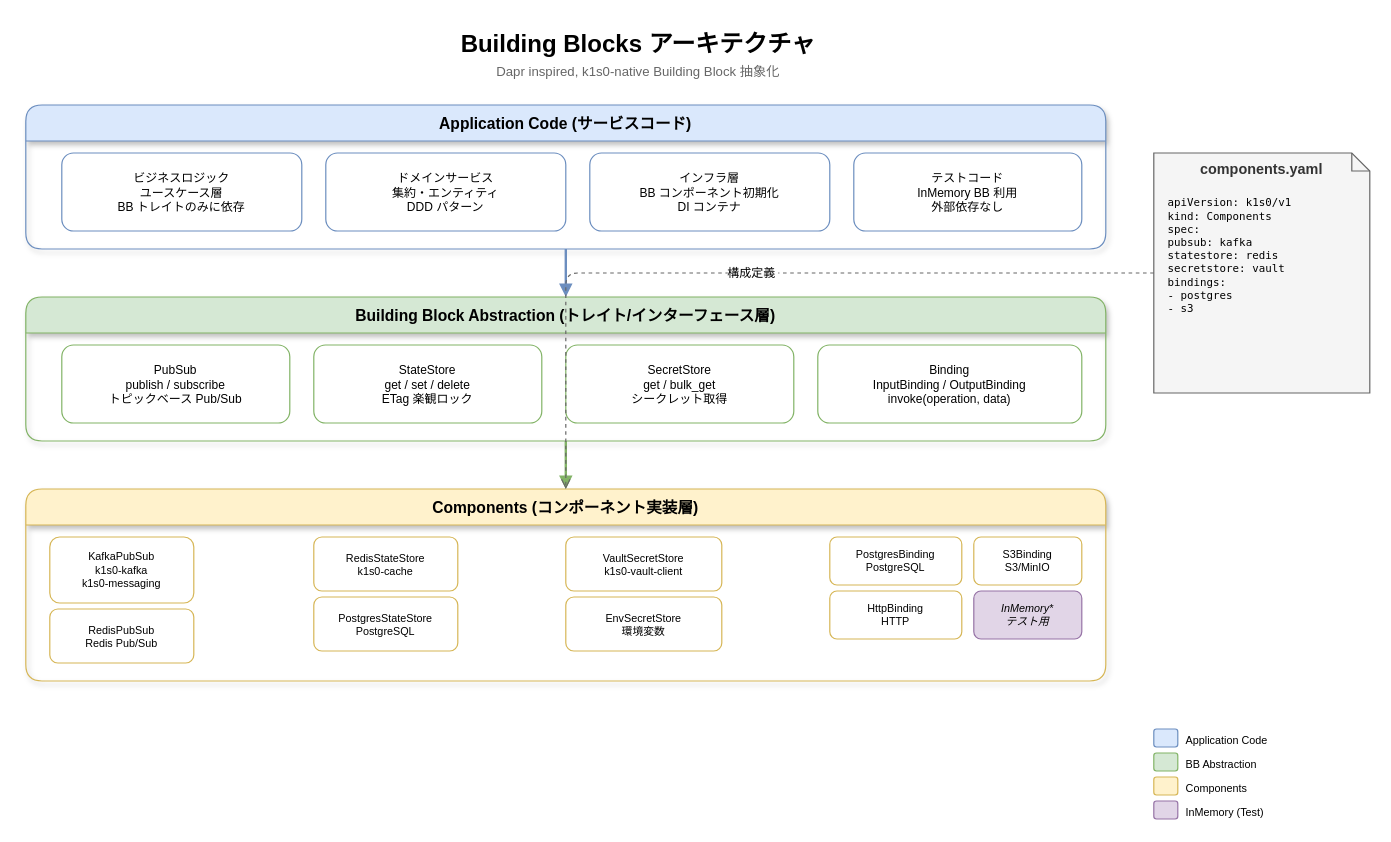
RyuheiKiso/k1s0 keeps this draw.io diagram as docs/diagrams/building-blocks-architecture.drawio. Above is the earlier version. Source tidied: cells renumbered, new cells numbered last; positions are measured from the earlier drawing's top-left corner, leaving out a move shared by most shapes. Both pictures are drawn from the tidied source at 120%, with x=0, y=0 at pixel (25, 20).
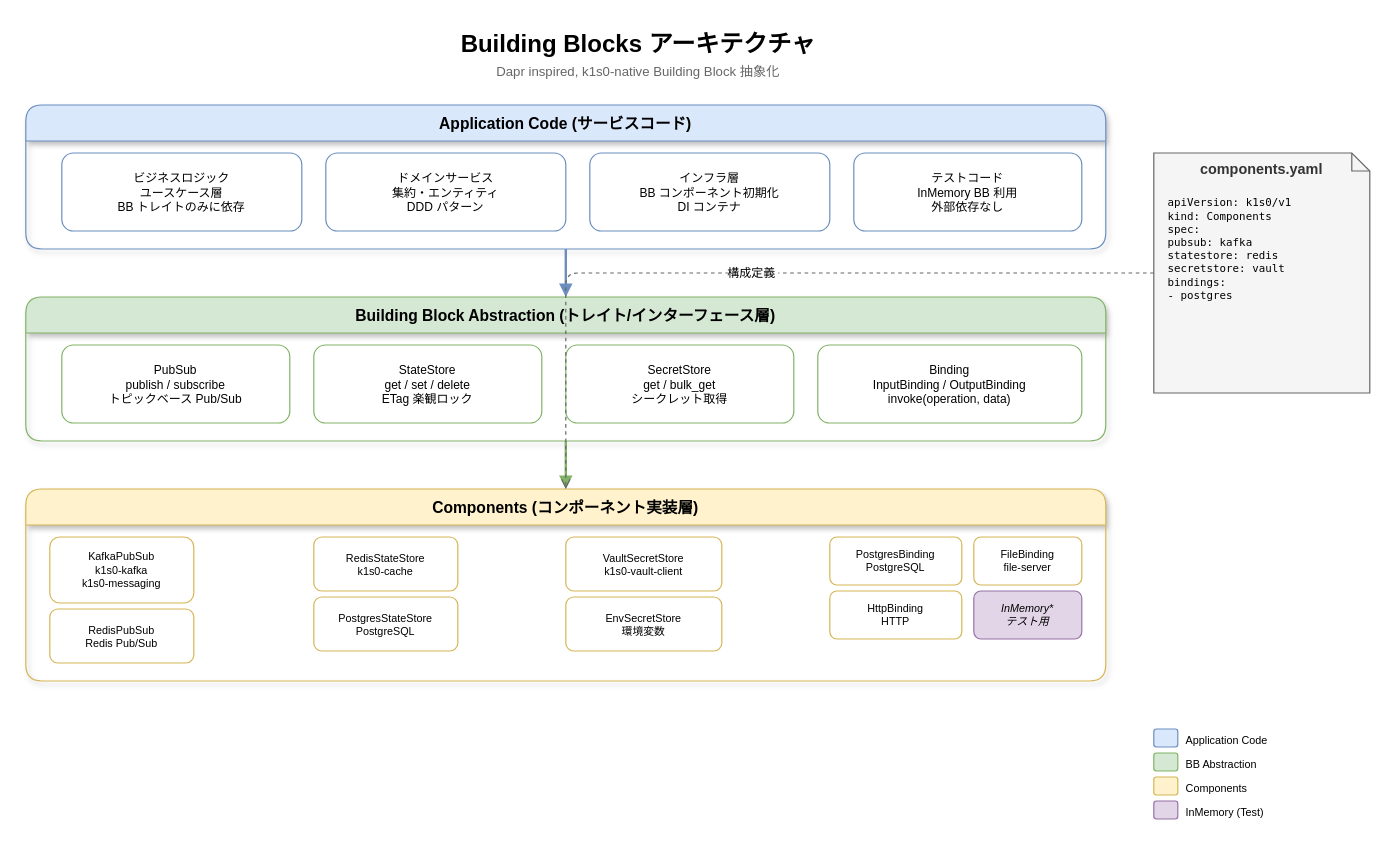
The same page after the edit.

Unchanged cells that the change refers to:
```xml
<mxCell id="14" value="Components (コンポーネント実装層)" style="swimlane;startSize=30;rounded=1;fillColor=#FFF2CC;strokeColor=#D6B656;fontStyle=1;fontSize=13;shadow=1;" parent="1" vertex="1">
  <mxGeometry y="390" width="900" height="160" as="geometry" />
</mxCell>
```

The edit, as a diff of the source:
```diff
@@
-    <mxCell id="22" value="S3Binding&#10;S3/MinIO" style="rounded=1;whiteSpace=wrap;html=0;fillColor=#FFFFFF;strokeColor=#D6B656;fontSize=9;verticalAlign=middle;align=center;" parent="14" vertex="1">
+    <mxCell id="22" value="FileBinding&#10;file-server" style="rounded=1;whiteSpace=wrap;html=0;fillColor=#FFFFFF;strokeColor=#D6B656;fontSize=9;verticalAlign=middle;align=center;" parent="14" vertex="1">
       <mxGeometry x="790" y="40" width="90" height="40" as="geometry" />
     </mxCell>
@@
-    <mxCell id="28" value="apiVersion: k1s0/v1&#10;kind: Components&#10;spec:&#10;  pubsub: kafka&#10;  statestore: redis&#10;  secretstore: vault&#10;  bindings:&#10;    - postgres&#10;    - s3" style="text;html=0;align=left;verticalAlign=top;strokeColor=none;fillColor=none;fontSize=9;fontFamily=monospace;" parent="1" vertex="1">
+    <mxCell id="28" value="apiVersion: k1s0/v1&#10;kind: Components&#10;spec:&#10;  pubsub: kafka&#10;  statestore: redis&#10;  secretstore: vault&#10;  bindings:&#10;    - postgres" style="text;html=0;align=left;verticalAlign=top;strokeColor=none;fillColor=none;fontSize=9;fontFamily=monospace;" parent="1" vertex="1">
       <mxGeometry x="950" y="140" width="160" height="150" as="geometry" />
     </mxCell>
```
